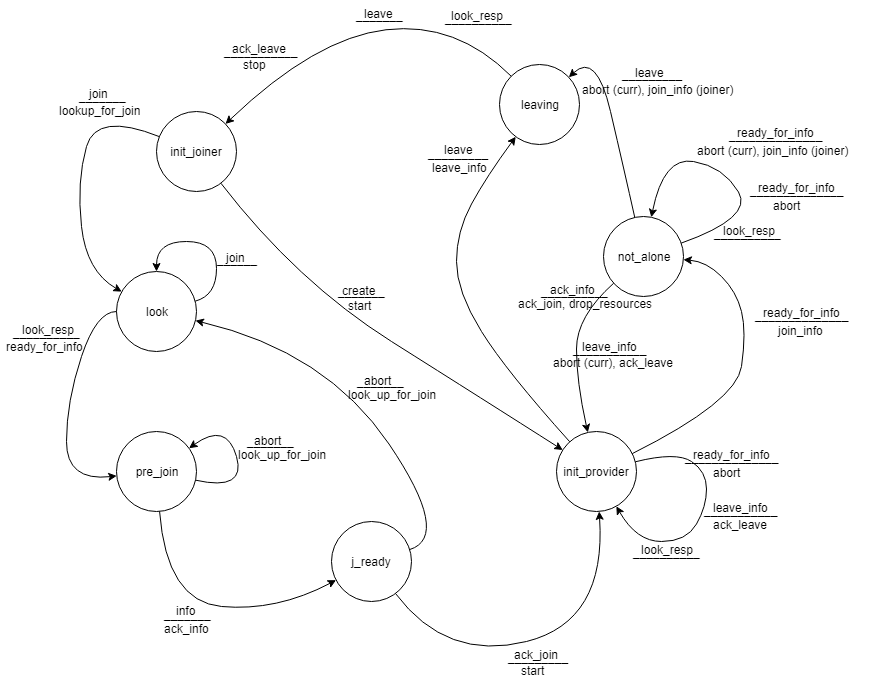
The draw.io diagram Useful files/fsm_join_handler.png in Robyroc/Echo_rd, before a commit. Source tidied: cells renumbered, new cells last; positions are measured from the earlier drawing's top-left corner, leaving out a move shared by most shapes.
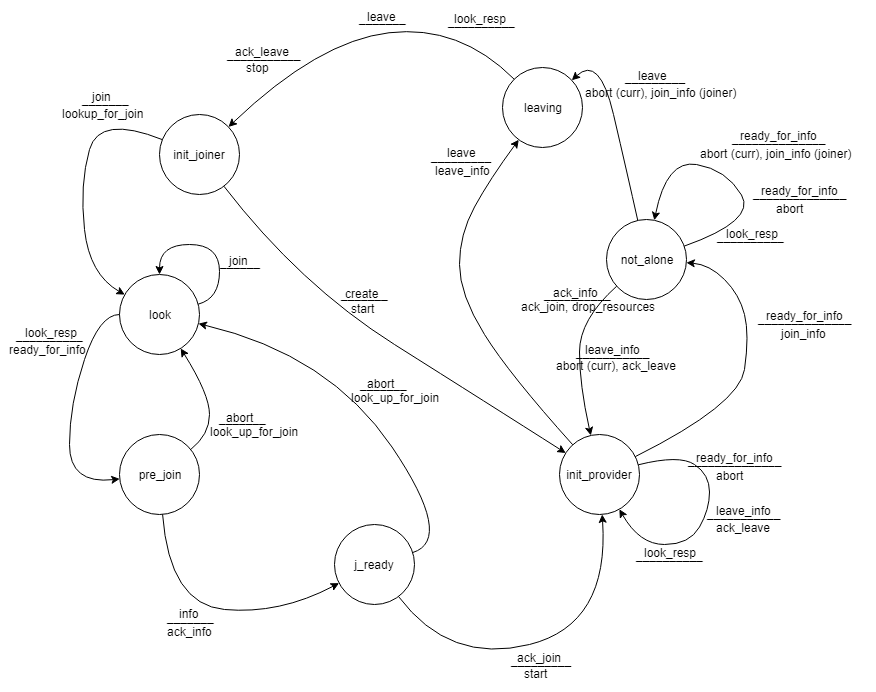
After the commit.

The edit, as a diff of the source:
```diff
@@ -105,22 +105,22 @@
     <mxCell id="26" value="ack_info" style="text;html=1;align=left;verticalAlign=top;spacingTop=-4;" parent="1" vertex="1">
       <mxGeometry x="158" y="615" width="60" height="20" as="geometry" />
     </mxCell>
-    <mxCell id="27" style="curved=1;endArrow=classic;html=1;" parent="1" edge="1" source="5" target="5">
+    <mxCell id="27" style="curved=1;endArrow=classic;html=1;" parent="1" edge="1" source="5" target="3">
       <mxGeometry relative="1" as="geometry">
         <Array as="points">
-          <mxPoint x="242" y="487" />
-          <mxPoint x="222" y="417" />
+          <mxPoint x="202" y="427" />
+          <mxPoint x="202" y="387" />
         </Array>
       </mxGeometry>
     </mxCell>
     <mxCell id="28" value="abort" style="text;html=1;align=left;verticalAlign=top;spacingTop=-4;" parent="1" vertex="1">
-      <mxGeometry x="248" y="427" width="40" height="20" as="geometry" />
+      <mxGeometry x="217" y="401" width="40" height="20" as="geometry" />
     </mxCell>
     <mxCell id="29" value="_______" style="text;html=1;align=left;verticalAlign=top;spacingTop=-4;" parent="1" vertex="1">
-      <mxGeometry x="241" y="428" width="60" height="20" as="geometry" />
+      <mxGeometry x="210" y="402" width="60" height="20" as="geometry" />
     </mxCell>
     <mxCell id="30" value="look_up_for_join" style="text;html=1;align=left;verticalAlign=top;spacingTop=-4;" parent="1" vertex="1">
-      <mxGeometry x="232" y="441" width="100" height="20" as="geometry" />
+      <mxGeometry x="201" y="415" width="100" height="20" as="geometry" />
     </mxCell>
     <mxCell id="31" style="curved=1;endArrow=classic;html=1;" parent="1" edge="1" source="4" target="6">
       <mxGeometry relative="1" as="geometry">
```
